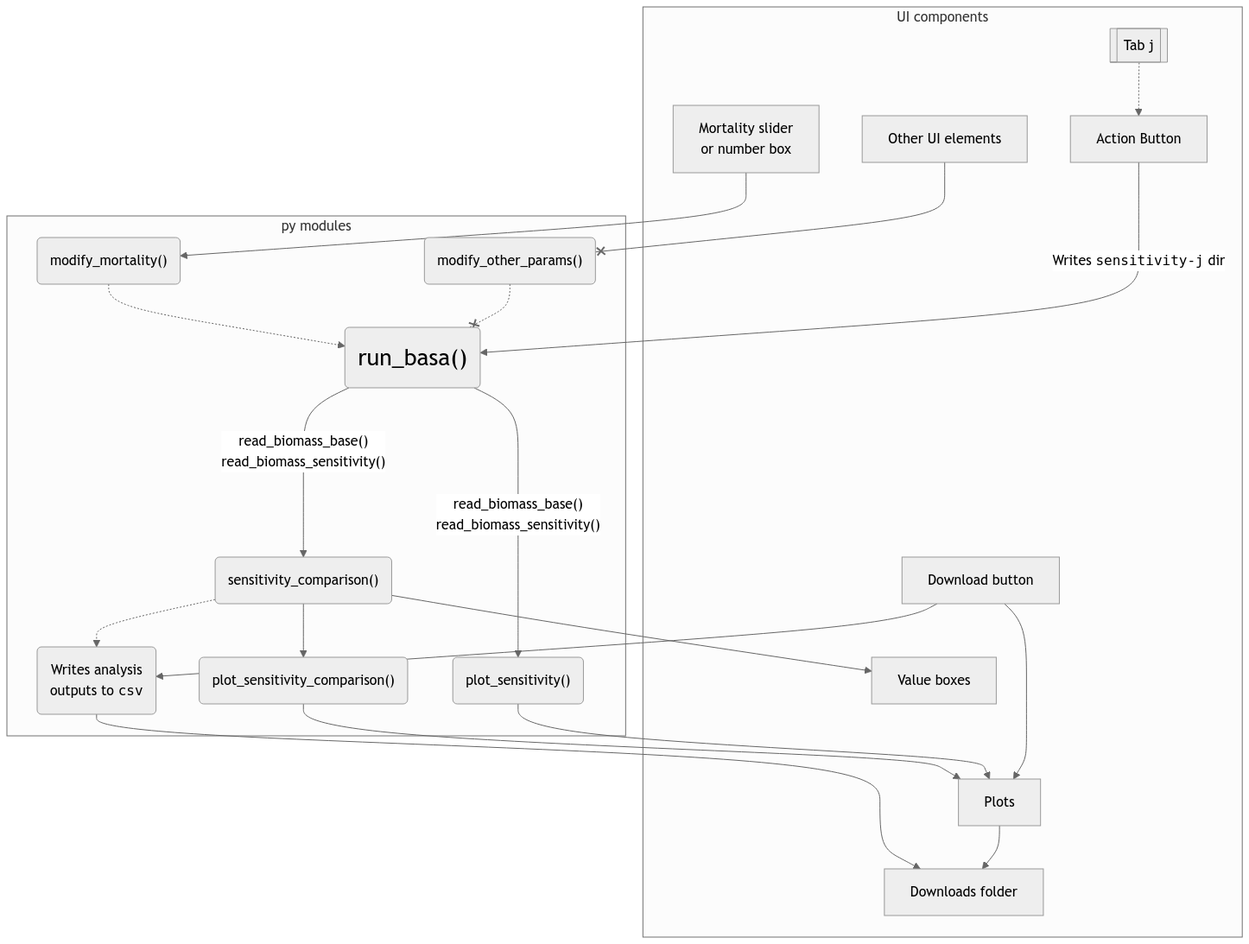
The Mermaid diagram sensitivity/doc/design.png in cl-roberts/pws-herring-basa, before a commit. Its source is kept beside it as sensitivity/doc/design.mmd. Source of this version:
```mermaid
%%{init: {'theme':'neutral'}}%%
flowchart TB
  subgraph UI components;
  A[Mortality slider];
  Ab[Other UI elements];
  L[[Tab j]];
  M[Action Button];
  I[Value boxes];
  J[Plots];
  K[Download button];
  O[Downloads folder];
  end;
  A --> B("modify_mortality()");
  Ab --x Bb("modify_other_params()");
  L -.-> M;
  M -- "Writes <tt>sensitivity-j</tt> dir" ---> C;
  K --> N;
  subgraph py modules;
  B -.-> C("run_basa()");
  Bb -.-x C;
  C -- "read_biomass_base()<br>read_biomass_sensitivity()" ---> G;
  C -- "read_biomass_base()<br>read_biomass_sensitivity()" --> F("plot_sensitivity()");
  G("sensitivity_comparison()") --> H("plot_sensitivity_comparison()");
  G -.-> N("Writes analysis<br>outputs to <tt>csv</tt>")
  end
  N --> O;
  G --> I;
  H --> J;
  F --> J;
  K --> J;
  J --> O;
  classDef big font-size:20pt
  class C big
```
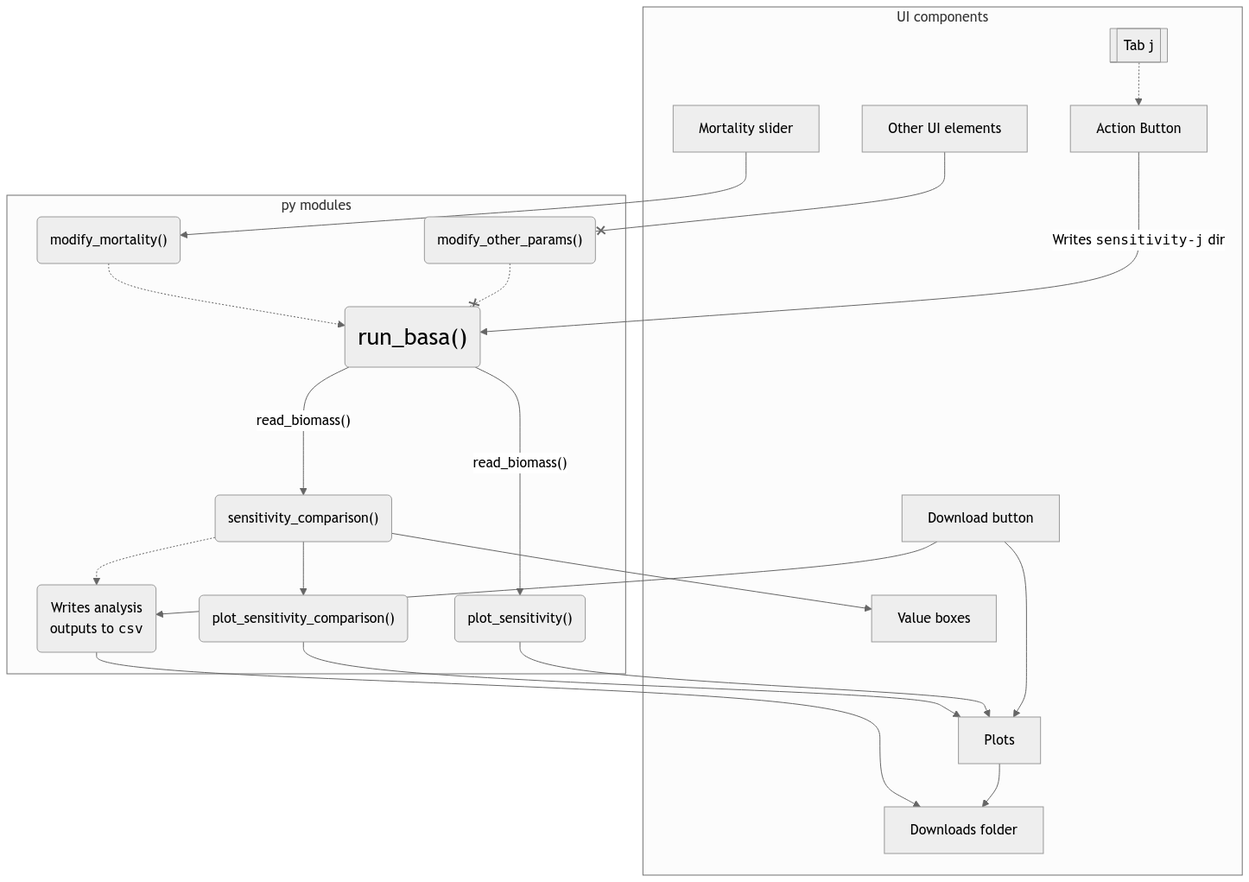
The same file after the commit.

Commit message:
tweak and implement read_biomass.py, decided to just use one read function

The edit, as a diff of the source:
```diff
@@ -18,8 +18,8 @@
   subgraph py modules;
   B -.-> C("run_basa()");
   Bb -.-x C;
-  C -- "read_biomass_base()<br>read_biomass_sensitivity()" ---> G;
-  C -- "read_biomass_base()<br>read_biomass_sensitivity()" --> F("plot_sensitivity()");
+  C -- "read_biomass()" ---> G;
+  C -- "read_biomass()" --> F("plot_sensitivity()");
   G("sensitivity_comparison()") --> H("plot_sensitivity_comparison()");
   G -.-> N("Writes analysis<br>outputs to <tt>csv</tt>")
   end
```
